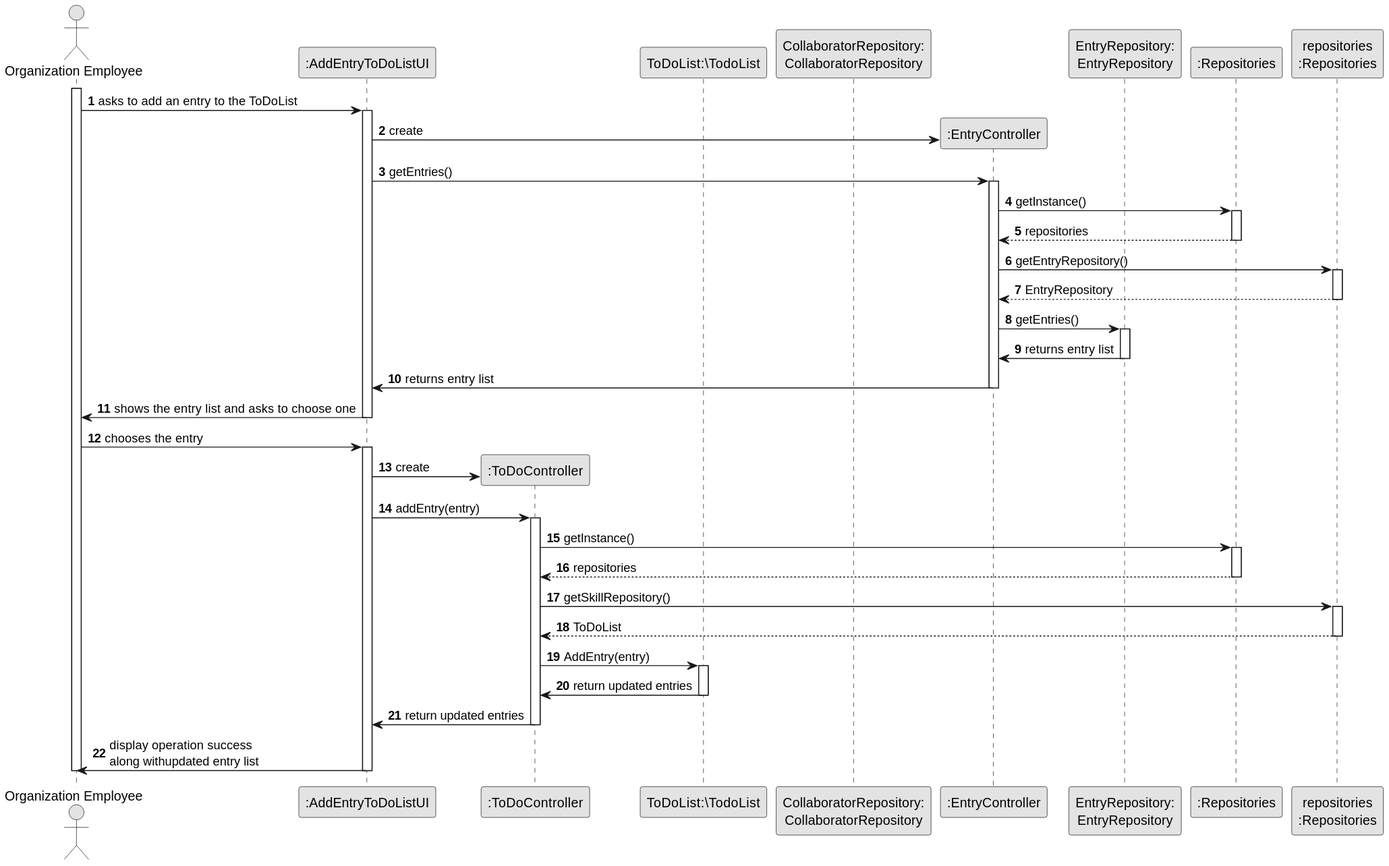
This is docs/sprintC/us022/03.design/svg/us022-sequence-diagram-full.svg from RicardoMorim/lapr2-ISEP-Project, a PlantUML export, as it was before one commit. Its diagram source:
```plantuml
@startuml
skinparam monochrome true
skinparam packageStyle rectangle
skinparam shadowing false

autonumber

actor "Organization Employee" as ADM
participant ":AddEntryToDoListUI" as UI
participant ":ToDoController" as ToDoCTRL
participant "ToDoList:\TodoList" as ToDoList
participant "CollaboratorRepository:\nCollaboratorRepository" as CollaboratorRepository
participant ":EntryController" as EntryCTRL
participant "EntryRepository:\nEntryRepository" as EntryRepository

participant ":Repositories" as RepositorySingleton
participant "repositories\n:Repositories" as PLAT

activate ADM
    ADM -> UI : asks to add an entry to the ToDoList
    activate UI
    UI -> EntryCTRL ** : create
       UI -> EntryCTRL: getEntries()
       activate EntryCTRL
                       EntryCTRL -> RepositorySingleton : getInstance()
                       activate RepositorySingleton

                           RepositorySingleton --> EntryCTRL: repositories
                       deactivate RepositorySingleton

                       EntryCTRL -> PLAT : getEntryRepository()
                       activate PLAT

                           PLAT --> EntryCTRL: EntryRepository
                       deactivate PLAT



                       EntryCTRL -> EntryRepository : getEntries()
                       activate EntryRepository

                    EntryRepository -> EntryCTRL: returns entry list
                deactivate EntryRepository
           EntryCTRL -> UI: returns entry list
       deactivate EntryCTRL
       UI -> ADM: shows the entry list and asks to choose one
    deactivate UI
    ADM -> UI : chooses the entry

    activate UI
        UI -> ToDoCTRL** : create
        UI -> ToDoCTRL : addEntry(entry)
        activate ToDoCTRL
        ToDoCTRL -> RepositorySingleton : getInstance()
             activate RepositorySingleton

                  RepositorySingleton --> ToDoCTRL: repositories
             deactivate RepositorySingleton
            ToDoCTRL -> PLAT : getSkillRepository()
            activate PLAT
            PLAT --> ToDoCTRL: ToDoList
            deactivate PLAT
            ToDoCTRL -> ToDoList: AddEntry(entry)
            activate ToDoList
                ToDoList -> ToDoCTRL: return updated entries
            deactivate ToDoList

            ToDoCTRL -> UI: return updated entries
            deactivate ToDoCTRL

        UI -> ADM: display operation success\nalong withupdated entry list
    deactivate UI
deactivate ADM
@enduml
```
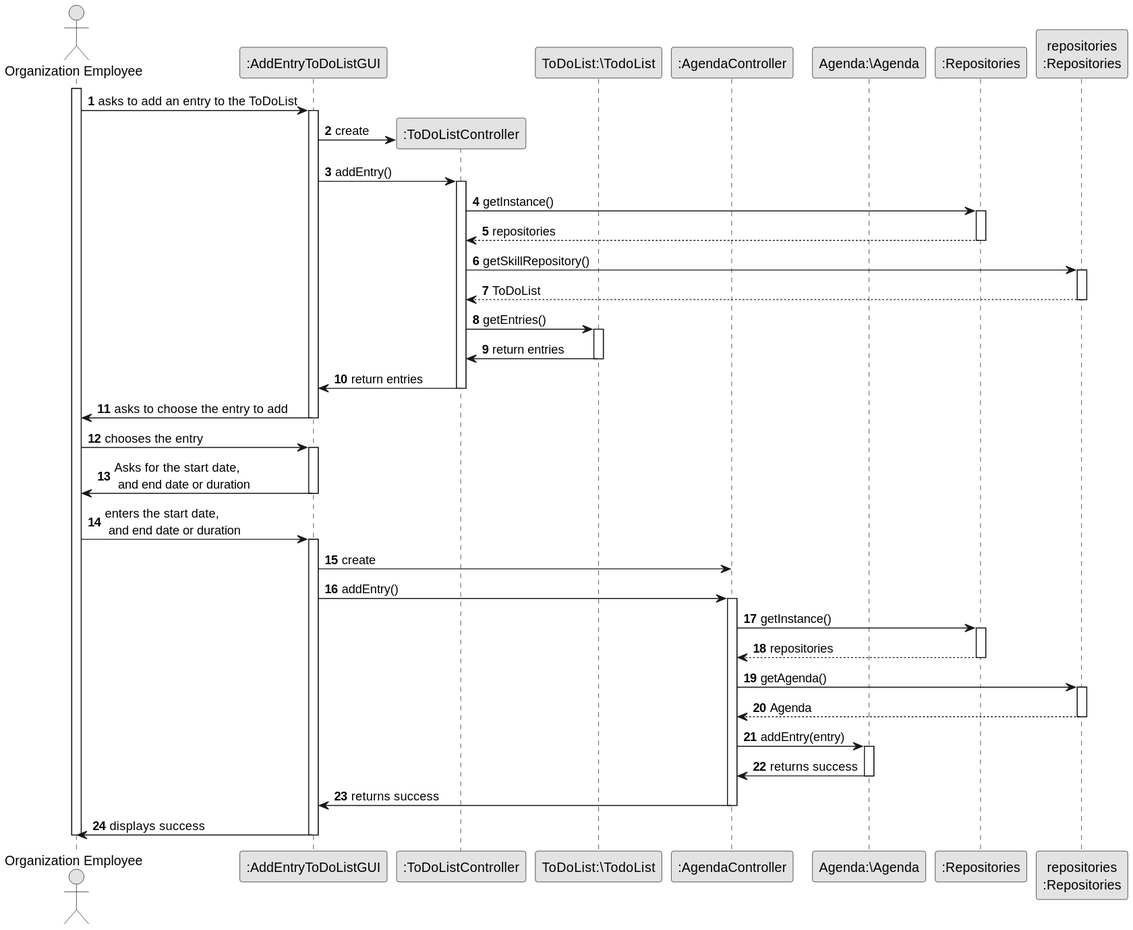
The same file after the commit.

The edit, as a diff of the source:
```diff
@@ -6,12 +6,11 @@
 autonumber
 
 actor "Organization Employee" as ADM
-participant ":AddEntryToDoListUI" as UI
-participant ":ToDoController" as ToDoCTRL
+participant ":AddEntryToDoListGUI" as UI
+participant ":ToDoListController" as ToDoCTRL
 participant "ToDoList:\TodoList" as ToDoList
-participant "CollaboratorRepository:\nCollaboratorRepository" as CollaboratorRepository
-participant ":EntryController" as EntryCTRL
-participant "EntryRepository:\nEntryRepository" as EntryRepository
+participant ":AgendaController" as EntryCTRL
+participant "Agenda:\Agenda" as EntryRepository
 
 participant ":Repositories" as RepositorySingleton
 participant "repositories\n:Repositories" as PLAT
@@ -19,8 +18,40 @@
 activate ADM
     ADM -> UI : asks to add an entry to the ToDoList
     activate UI
-    UI -> EntryCTRL ** : create
-       UI -> EntryCTRL: getEntries()
+
+               UI -> ToDoCTRL** : create
+               UI -> ToDoCTRL : addEntry()
+               activate ToDoCTRL
+               ToDoCTRL -> RepositorySingleton : getInstance()
+                    activate RepositorySingleton
+
+                         RepositorySingleton --> ToDoCTRL: repositories
+                    deactivate RepositorySingleton
+                   ToDoCTRL -> PLAT : getSkillRepository()
+                   activate PLAT
+                   PLAT --> ToDoCTRL: ToDoList
+                   deactivate PLAT
+                   ToDoCTRL -> ToDoList: getEntries()
+                   activate ToDoList
+                       ToDoList -> ToDoCTRL: return entries
+                   deactivate ToDoList
+
+                   ToDoCTRL -> UI: return entries
+                   deactivate ToDoCTRL
+
+                UI -> ADM: asks to choose the entry to add
+           deactivate UI
+
+              ADM -> UI : chooses the entry
+                activate UI
+                UI -> ADM: Asks for the start date,\n and end date or duration
+            deactivate UI
+
+            ADM -> UI : enters the start date,\n and end date or duration
+            activate UI
+
+       UI -> EntryCTRL: create
+       UI -> EntryCTRL : addEntry()
        activate EntryCTRL
                        EntryCTRL -> RepositorySingleton : getInstance()
                        activate RepositorySingleton
@@ -28,47 +59,24 @@
                            RepositorySingleton --> EntryCTRL: repositories
                        deactivate RepositorySingleton
 
-                       EntryCTRL -> PLAT : getEntryRepository()
+                       EntryCTRL -> PLAT : getAgenda()
                        activate PLAT
 
-                           PLAT --> EntryCTRL: EntryRepository
+                           PLAT --> EntryCTRL: Agenda
                        deactivate PLAT
 
 
 
-                       EntryCTRL -> EntryRepository : getEntries()
+                       EntryCTRL -> EntryRepository : addEntry(entry)
                        activate EntryRepository
 
-                    EntryRepository -> EntryCTRL: returns entry list
+                    EntryRepository -> EntryCTRL: returns success
                 deactivate EntryRepository
-           EntryCTRL -> UI: returns entry list
+           EntryCTRL -> UI: returns success
        deactivate EntryCTRL
-       UI -> ADM: shows the entry list and asks to choose one
+       UI -> ADM: displays success
     deactivate UI
-    ADM -> UI : chooses the entry
 
-    activate UI
-        UI -> ToDoCTRL** : create
-        UI -> ToDoCTRL : addEntry(entry)
-        activate ToDoCTRL
-        ToDoCTRL -> RepositorySingleton : getInstance()
-             activate RepositorySingleton
 
-                  RepositorySingleton --> ToDoCTRL: repositories
-             deactivate RepositorySingleton
-            ToDoCTRL -> PLAT : getSkillRepository()
-            activate PLAT
-            PLAT --> ToDoCTRL: ToDoList
-            deactivate PLAT
-            ToDoCTRL -> ToDoList: AddEntry(entry)
-            activate ToDoList
-                ToDoList -> ToDoCTRL: return updated entries
-            deactivate ToDoList
-
-            ToDoCTRL -> UI: return updated entries
-            deactivate ToDoCTRL
-
-        UI -> ADM: display operation success\nalong withupdated entry list
-    deactivate UI
 deactivate ADM
 @enduml
```
